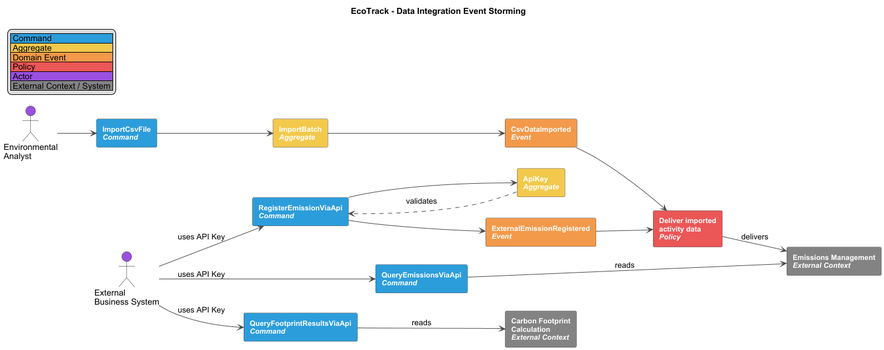
This is docs/diagrams/event-storming/ecotrack-event-storming-data-integration.png from Horizon-OpenSource/report, a PlantUML export, as it was before one commit.
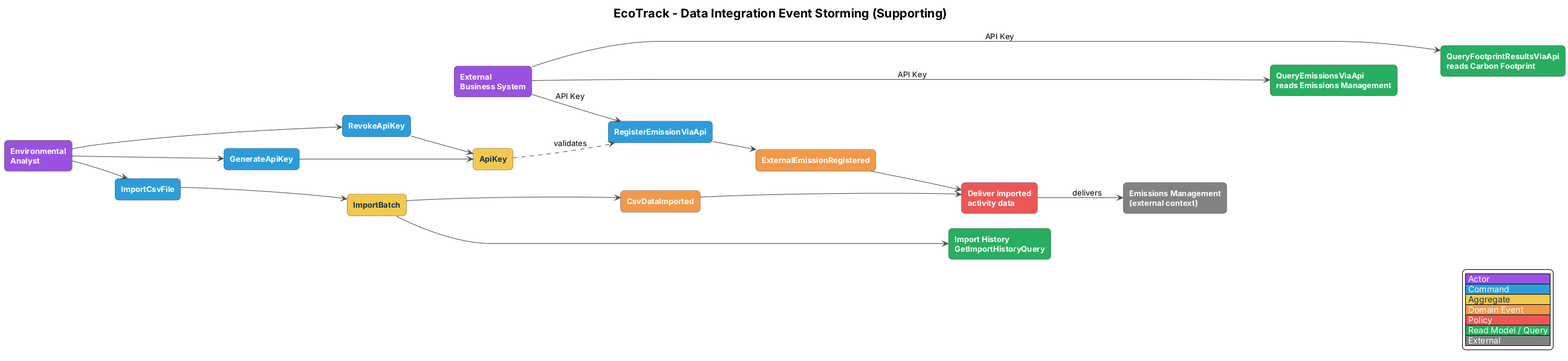
After the change.

Change to the diagram source:
```diff
@@ -1,60 +1,100 @@
 @startuml
-title EcoTrack - Data Integration Event Storming
 left to right direction
-skinparam packageStyle rectangle
 skinparam shadowing false
-skinparam defaultFontName Arial
-skinparam rectangle {
-  BorderColor #4A4A4A
-  FontColor #FFFFFF
-  FontStyle bold
-  FontSize 12
+skinparam defaultFontName Helvetica
+skinparam defaultFontSize 13
+skinparam backgroundColor white
+skinparam nodesep 25
+skinparam ranksep 70
+skinparam ArrowColor #4A4A4A
+skinparam RectangleBorderColor #555555
+skinparam RectangleFontStyle bold
+skinparam roundCorner 12
+skinparam rectangle<<ext>> {
+  BackgroundColor #828282
+  FontColor white
 }
-skinparam ArrowColor #4A4A4A
+skinparam rectangle<<rm>> {
+  BackgroundColor #27AE60
+  FontColor white
+}
+skinparam rectangle<<pol>> {
+  BackgroundColor #EB5757
+  FontColor white
+}
+skinparam rectangle<<evt>> {
+  BackgroundColor #F2994A
+  FontColor white
+}
+skinparam rectangle<<agg>> {
+  BackgroundColor #F2C94C
+  FontColor #17324D
+}
+skinparam rectangle<<cmd>> {
+  BackgroundColor #2D9CDB
+  FontColor white
+}
+skinparam rectangle<<actor>> {
+  BackgroundColor #9B51E0
+  FontColor white
+}
+skinparam titleFontSize 20
+hide stereotype
+title EcoTrack - Data Integration Event Storming (Supporting)
 
-legend top left
-  |<#2D9CDB> Command |
-  |<#F2C94C> Aggregate |
-  |<#F2994A> Domain Event |
-  |<#EB5757> Policy |
-  |<#9B51E0> Actor |
-  |<#828282> External Context / System |
+rectangle "Environmental\nAnalyst" as a <<actor>>
+rectangle "External\nBusiness System" as b <<actor>>
+rectangle "ImportCsvFile" as c1 <<cmd>>
+rectangle "GenerateApiKey" as c2 <<cmd>>
+rectangle "RevokeApiKey" as c3 <<cmd>>
+rectangle "RegisterEmissionViaApi" as c4 <<cmd>>
+rectangle "ImportBatch" as g1 <<agg>>
+rectangle "ApiKey" as g2 <<agg>>
+rectangle "CsvDataImported" as e1 <<evt>>
+rectangle "ExternalEmissionRegistered" as e4 <<evt>>
+rectangle "Deliver imported\nactivity data" as p <<pol>>
+rectangle "Emissions Management\n(external context)" as x <<ext>>
+rectangle "Import History\nGetImportHistoryQuery" as r1 <<rm>>
+rectangle "QueryEmissionsViaApi\nreads Emissions Management" as r2 <<rm>>
+rectangle "QueryFootprintResultsViaApi\nreads Carbon Footprint" as r3 <<rm>>
+
+a --> c1
+a --> c2
+a --> c3
+b --> c4 : API Key
+b --> r2 : API Key
+b --> r3 : API Key
+c1 --> g1
+c2 --> g2
+c3 --> g2
+g2 ..> c4 : validates
+c4 --> e4
+g1 --> e1
+e1 --> p
+e4 --> p
+p --> x : delivers
+g1 --> r1
+a -[hidden]down-> b
+c1 -[hidden]down-> c2
+c2 -[hidden]down-> c3
+c3 -[hidden]down-> c4
+g1 -[hidden]down-> g2
+e1 -[hidden]down-> e4
+r1 -[hidden]down-> x
+x -[hidden]down-> r2
+r2 -[hidden]down-> r3
+a -[hidden]right-> c1
+c1 -[hidden]right-> g1
+g1 -[hidden]right-> e1
+e1 -[hidden]right-> p
+p -[hidden]right-> r1
+legend right
+  |<#9B51E0><color:white> Actor </color>|
+  |<#2D9CDB><color:white> Command </color>|
+  |<#F2C94C><color:#17324D> Aggregate </color>|
+  |<#F2994A><color:white> Domain Event </color>|
+  |<#EB5757><color:white> Policy </color>|
+  |<#27AE60><color:white> Read Model / Query </color>|
+  |<#828282><color:white> External </color>|
 endlegend
-
-actor "Environmental\nAnalyst" as Analyst #9B51E0
-actor "External\nBusiness System" as External #9B51E0
-rectangle "Emissions Management\n<i>External Context</i>" as Emissions #828282
-rectangle "Carbon Footprint\nCalculation\n<i>External Context</i>" as Footprint #828282
-
-rectangle "ImportCsvFile\n<i>Command</i>" as CmdCsv #2D9CDB
-rectangle "ImportBatch\n<i>Aggregate</i>" as AggBatch #F2C94C
-rectangle "CsvDataImported\n<i>Event</i>" as EvtCsv #F2994A
-
-rectangle "RegisterEmissionViaApi\n<i>Command</i>" as CmdApiReg #2D9CDB
-rectangle "ApiKey\n<i>Aggregate</i>" as AggKey #F2C94C
-rectangle "ExternalEmissionRegistered\n<i>Event</i>" as EvtApiReg #F2994A
-
-rectangle "QueryEmissionsViaApi\n<i>Command</i>" as CmdApiQueryEm #2D9CDB
-rectangle "QueryFootprintResultsViaApi\n<i>Command</i>" as CmdApiQueryFp #2D9CDB
-
-rectangle "Deliver imported\nactivity data\n<i>Policy</i>" as PolicyDeliver #EB5757
-
-Analyst --> CmdCsv
-CmdCsv --> AggBatch
-AggBatch --> EvtCsv
-EvtCsv --> PolicyDeliver
-PolicyDeliver --> Emissions : delivers
-
-External --> CmdApiReg : uses API Key
-CmdApiReg --> AggKey
-AggKey ..> CmdApiReg : validates
-CmdApiReg --> EvtApiReg
-EvtApiReg --> PolicyDeliver
-
-External --> CmdApiQueryEm : uses API Key
-CmdApiQueryEm --> Emissions : reads
-
-External --> CmdApiQueryFp : uses API Key
-CmdApiQueryFp --> Footprint : reads
-
 @enduml
```
